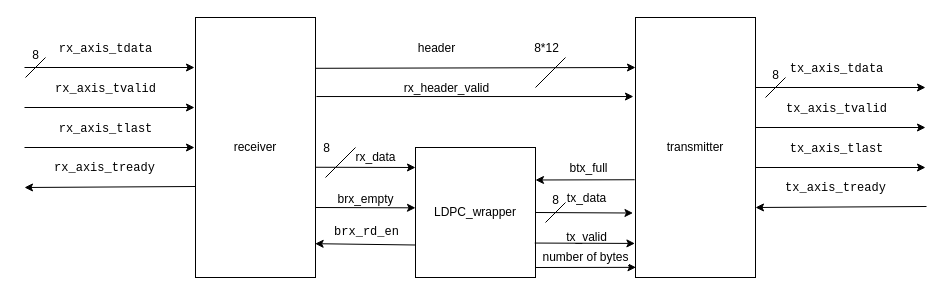
Earlier version of the draw.io diagram page "Page-7" (4 of 9) of docx/packet_gen.drawio (MuhammadBoota09299/tri_mode_ethernet_mac_0_axi_pat_gen). Source tidied: cells renumbered, new cells numbered last; positions are measured from the earlier drawing's top-left corner, leaving out a move shared by most shapes. Both pictures are drawn from the tidied source at 100%, with x=0, y=0 at pixel (24, 17).
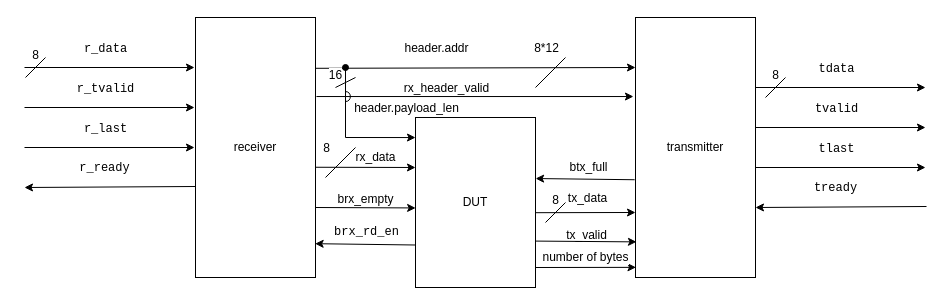
The same diagram, later.

Unchanged cells that the change refers to:
```xml
<mxCell id="4" value="transmitter" style="rounded=0;whiteSpace=wrap;html=1;fontSize=12;" parent="1" vertex="1">
  <mxGeometry x="611" width="120" height="260" as="geometry" />
</mxCell>
<mxCell id="23" style="endArrow=classic;html=1;rounded=0;fontSize=12;" parent="1" edge="1">
  <mxGeometry relative="1" as="geometry">
    <mxPoint y="50" as="sourcePoint" />
    <mxPoint x="170" y="50" as="targetPoint" />
  </mxGeometry>
</mxCell>
<mxCell id="25" style="endArrow=classic;html=1;rounded=0;fontSize=12;" parent="1" edge="1">
  <mxGeometry relative="1" as="geometry">
    <mxPoint y="90" as="sourcePoint" />
    <mxPoint x="170" y="90" as="targetPoint" />
  </mxGeometry>
</mxCell>
<mxCell id="27" style="endArrow=classic;html=1;rounded=0;fontSize=12;" parent="1" edge="1">
  <mxGeometry relative="1" as="geometry">
    <mxPoint y="130" as="sourcePoint" />
    <mxPoint x="170" y="130" as="targetPoint" />
  </mxGeometry>
</mxCell>
<mxCell id="29" style="endArrow=classic;html=1;rounded=0;exitX=0.008;exitY=0.65;exitDx=0;exitDy=0;exitPerimeter=0;fontSize=12;" parent="1" edge="1">
  <mxGeometry relative="1" as="geometry">
    <mxPoint x="171" y="169" as="sourcePoint" />
    <mxPoint y="170" as="targetPoint" />
  </mxGeometry>
</mxCell>
<mxCell id="31" style="endArrow=classic;html=1;rounded=0;exitX=1.002;exitY=0.347;exitDx=0;exitDy=0;exitPerimeter=0;entryX=0;entryY=0.344;entryDx=0;entryDy=0;entryPerimeter=0;fontSize=12;" parent="1" edge="1">
  <mxGeometry relative="1" as="geometry">
    <mxPoint x="291.2" y="50.8" as="sourcePoint" />
    <mxPoint x="611" y="50" as="targetPoint" />
  </mxGeometry>
</mxCell>
<mxCell id="33" style="endArrow=classic;html=1;rounded=0;fontSize=12;" parent="1" edge="1">
  <mxGeometry relative="1" as="geometry">
    <mxPoint x="731" y="70" as="sourcePoint" />
    <mxPoint x="901" y="70" as="targetPoint" />
  </mxGeometry>
</mxCell>
<mxCell id="35" style="endArrow=classic;html=1;rounded=0;fontSize=12;" parent="1" edge="1">
  <mxGeometry relative="1" as="geometry">
    <mxPoint x="731" y="110" as="sourcePoint" />
    <mxPoint x="901" y="110" as="targetPoint" />
  </mxGeometry>
</mxCell>
<mxCell id="37" style="endArrow=classic;html=1;rounded=0;fontSize=12;" parent="1" edge="1">
  <mxGeometry relative="1" as="geometry">
    <mxPoint x="731" y="150" as="sourcePoint" />
    <mxPoint x="901" y="150" as="targetPoint" />
  </mxGeometry>
</mxCell>
<mxCell id="39" style="endArrow=classic;html=1;rounded=0;exitX=0.008;exitY=0.65;exitDx=0;exitDy=0;exitPerimeter=0;fontSize=12;" parent="1" edge="1">
  <mxGeometry relative="1" as="geometry">
    <mxPoint x="902" y="189" as="sourcePoint" />
    <mxPoint x="731" y="190" as="targetPoint" />
  </mxGeometry>
</mxCell>
```

What changed in the source:
```diff
@@
-    <mxCell id="3" value="LDPC_wrapper" style="rounded=0;whiteSpace=wrap;html=1;fontSize=12;" parent="1" vertex="1">
-      <mxGeometry x="391" y="130" width="120" height="130" as="geometry" />
+    <mxCell id="3" value="DUT" style="rounded=0;whiteSpace=wrap;html=1;fontSize=12;" parent="1" vertex="1">
+      <mxGeometry x="391" y="100" width="120" height="170" as="geometry" />
     </mxCell>
@@
-    <mxCell id="9" style="endArrow=classic;html=1;rounded=0;entryX=0;entryY=0.464;entryDx=0;entryDy=0;entryPerimeter=0;fontSize=12;" parent="1" edge="1" target="3">
+    <mxCell id="9" style="endArrow=classic;html=1;rounded=0;entryX=0.001;entryY=0.532;entryDx=0;entryDy=0;fontSize=12;entryPerimeter=0;" parent="1" edge="1" target="3">
       <mxGeometry relative="1" as="geometry">
         <mxPoint x="291" y="190" as="sourcePoint" />
       </mxGeometry>
     </mxCell>
@@
-    <mxCell id="15" style="endArrow=classic;html=1;rounded=0;exitX=0.994;exitY=0.735;exitDx=0;exitDy=0;entryX=-0.005;entryY=0.869;entryDx=0;entryDy=0;entryPerimeter=0;exitPerimeter=0;fontSize=12;" parent="1" edge="1" source="3" target="4">
+    <mxCell id="15" style="endArrow=classic;html=1;rounded=0;exitX=1;exitY=0.727;exitDx=0;exitDy=0;entryX=0.008;entryY=0.863;entryDx=0;entryDy=0;entryPerimeter=0;exitPerimeter=0;fontSize=12;" parent="1" edge="1" source="3" target="4">
       <mxGeometry relative="1" as="geometry" />
     </mxCell>
@@
-    <mxCell id="17" style="endArrow=classic;html=1;rounded=0;entryX=-0.021;entryY=0.752;entryDx=0;entryDy=0;entryPerimeter=0;exitX=1;exitY=0.5;exitDx=0;exitDy=0;fontSize=12;" parent="1" edge="1" source="3" target="4">
+    <mxCell id="17" style="endArrow=classic;html=1;rounded=0;entryX=0;entryY=0.75;entryDx=0;entryDy=0;exitX=1.001;exitY=0.56;exitDx=0;exitDy=0;fontSize=12;exitPerimeter=0;" parent="1" edge="1" source="3" target="4">
       <mxGeometry relative="1" as="geometry" />
     </mxCell>
@@
-    <mxCell id="21" style="endArrow=classic;html=1;rounded=0;entryX=1;entryY=0.25;entryDx=0;entryDy=0;exitX=-0.007;exitY=0.624;exitDx=0;exitDy=0;exitPerimeter=0;fontSize=12;" parent="1" edge="1" source="4" target="3">
+    <mxCell id="21" style="endArrow=classic;html=1;rounded=0;entryX=1.001;entryY=0.359;entryDx=0;entryDy=0;exitX=-0.007;exitY=0.624;exitDx=0;exitDy=0;exitPerimeter=0;fontSize=12;entryPerimeter=0;" parent="1" edge="1" source="4" target="3">
       <mxGeometry relative="1" as="geometry" />
     </mxCell>
@@
-    <mxCell id="24" value="&lt;span style=&quot;font-family: Consolas, &amp;quot;Courier New&amp;quot;, monospace; white-space-collapse: preserve;&quot;&gt;rx_axis_tdata&lt;/span&gt;" style="edgeLabel;html=1;align=center;verticalAlign=middle;fontSize=12;" parent="23" vertex="1">
+    <mxCell id="24" value="&lt;span style=&quot;font-family: Consolas, &amp;quot;Courier New&amp;quot;, monospace; white-space-collapse: preserve;&quot;&gt;r_data&lt;/span&gt;" style="edgeLabel;html=1;align=center;verticalAlign=middle;fontSize=12;" parent="23" vertex="1">
       <mxGeometry x="0.12" y="3" relative="1" as="geometry">
         <mxPoint x="-15" y="-17" as="offset" />
       </mxGeometry>
     </mxCell>
@@
-    <mxCell id="26" value="&lt;span style=&quot;font-family: Consolas, &amp;quot;Courier New&amp;quot;, monospace; white-space-collapse: preserve;&quot;&gt;rx_axis_tvalid&lt;/span&gt;" style="edgeLabel;html=1;align=center;verticalAlign=middle;fontSize=12;" parent="25" vertex="1">
+    <mxCell id="26" value="&lt;span style=&quot;font-family: Consolas, &amp;quot;Courier New&amp;quot;, monospace; white-space-collapse: preserve;&quot;&gt;r_tvalid&lt;/span&gt;" style="edgeLabel;html=1;align=center;verticalAlign=middle;fontSize=12;" parent="25" vertex="1">
       <mxGeometry x="0.12" y="3" relative="1" as="geometry">
         <mxPoint x="-15" y="-17" as="offset" />
       </mxGeometry>
     </mxCell>
@@
-    <mxCell id="28" value="&lt;span style=&quot;font-family: Consolas, &amp;quot;Courier New&amp;quot;, monospace; white-space-collapse: preserve;&quot;&gt;rx_axis_tlast&lt;/span&gt;" style="edgeLabel;html=1;align=center;verticalAlign=middle;fontSize=12;" parent="27" vertex="1">
+    <mxCell id="28" value="&lt;span style=&quot;font-family: Consolas, &amp;quot;Courier New&amp;quot;, monospace; white-space-collapse: preserve;&quot;&gt;r_last&lt;/span&gt;" style="edgeLabel;html=1;align=center;verticalAlign=middle;fontSize=12;" parent="27" vertex="1">
       <mxGeometry x="0.12" y="3" relative="1" as="geometry">
         <mxPoint x="-15" y="-17" as="offset" />
       </mxGeometry>
     </mxCell>
@@
-    <mxCell id="30" value="&lt;span style=&quot;font-family: Consolas, &amp;quot;Courier New&amp;quot;, monospace; white-space-collapse: preserve;&quot;&gt;rx_axis_tready&lt;/span&gt;" style="edgeLabel;html=1;align=center;verticalAlign=middle;fontSize=12;" parent="29" vertex="1">
+    <mxCell id="30" value="&lt;span style=&quot;font-family: Consolas, &amp;quot;Courier New&amp;quot;, monospace; white-space-collapse: preserve;&quot;&gt;r_ready&lt;/span&gt;" style="edgeLabel;html=1;align=center;verticalAlign=middle;fontSize=12;" parent="29" vertex="1">
       <mxGeometry x="0.25" y="-1" relative="1" as="geometry">
         <mxPoint x="16" y="-19" as="offset" />
       </mxGeometry>
     </mxCell>
@@
-    <mxCell id="32" value="&lt;span&gt;header&lt;/span&gt;" style="edgeLabel;html=1;align=center;verticalAlign=middle;fontSize=12;" parent="31" vertex="1">
+    <mxCell id="32" value="&lt;span&gt;header.addr&lt;/span&gt;" style="edgeLabel;html=1;align=center;verticalAlign=middle;fontSize=12;" parent="31" vertex="1">
       <mxGeometry x="-0.16" y="1" relative="1" as="geometry">
         <mxPoint x="-14" y="-19" as="offset" />
       </mxGeometry>
     </mxCell>
@@
-    <mxCell id="34" value="&lt;span style=&quot;font-family: Consolas, &amp;quot;Courier New&amp;quot;, monospace; white-space-collapse: preserve;&quot;&gt;tx_axis_tdata&lt;/span&gt;" style="edgeLabel;html=1;align=center;verticalAlign=middle;fontSize=12;" parent="33" vertex="1">
+    <mxCell id="34" value="&lt;span style=&quot;font-family: Consolas, &amp;quot;Courier New&amp;quot;, monospace; white-space-collapse: preserve;&quot;&gt;tdata&lt;/span&gt;" style="edgeLabel;html=1;align=center;verticalAlign=middle;fontSize=12;" parent="33" vertex="1">
       <mxGeometry x="0.12" y="3" relative="1" as="geometry">
         <mxPoint x="-15" y="-17" as="offset" />
       </mxGeometry>
     </mxCell>
@@
-    <mxCell id="36" value="&lt;span style=&quot;font-family: Consolas, &amp;quot;Courier New&amp;quot;, monospace; white-space-collapse: preserve;&quot;&gt;tx_axis_tvalid&lt;/span&gt;" style="edgeLabel;html=1;align=center;verticalAlign=middle;fontSize=12;" parent="35" vertex="1">
+    <mxCell id="36" value="&lt;span style=&quot;font-family: Consolas, &amp;quot;Courier New&amp;quot;, monospace; white-space-collapse: preserve;&quot;&gt;tvalid&lt;/span&gt;" style="edgeLabel;html=1;align=center;verticalAlign=middle;fontSize=12;" parent="35" vertex="1">
       <mxGeometry x="0.12" y="3" relative="1" as="geometry">
         <mxPoint x="-15" y="-17" as="offset" />
       </mxGeometry>
     </mxCell>
@@
-    <mxCell id="38" value="&lt;span style=&quot;font-family: Consolas, &amp;quot;Courier New&amp;quot;, monospace; white-space-collapse: preserve;&quot;&gt;tx_axis_tlast&lt;/span&gt;" style="edgeLabel;html=1;align=center;verticalAlign=middle;fontSize=12;" parent="37" vertex="1">
+    <mxCell id="38" value="&lt;span style=&quot;font-family: Consolas, &amp;quot;Courier New&amp;quot;, monospace; white-space-collapse: preserve;&quot;&gt;tlast&lt;/span&gt;" style="edgeLabel;html=1;align=center;verticalAlign=middle;fontSize=12;" parent="37" vertex="1">
       <mxGeometry x="0.12" y="3" relative="1" as="geometry">
         <mxPoint x="-15" y="-17" as="offset" />
       </mxGeometry>
     </mxCell>
@@
-    <mxCell id="40" value="&lt;span style=&quot;font-family: Consolas, &amp;quot;Courier New&amp;quot;, monospace; white-space-collapse: preserve;&quot;&gt;tx_axis_tready&lt;/span&gt;" style="edgeLabel;html=1;align=center;verticalAlign=middle;fontSize=12;" parent="39" vertex="1">
+    <mxCell id="40" value="&lt;span style=&quot;font-family: Consolas, &amp;quot;Courier New&amp;quot;, monospace; white-space-collapse: preserve;&quot;&gt;tready&lt;/span&gt;" style="edgeLabel;html=1;align=center;verticalAlign=middle;fontSize=12;" parent="39" vertex="1">
       <mxGeometry x="0.25" y="-1" relative="1" as="geometry">
         <mxPoint x="16" y="-19" as="offset" />
       </mxGeometry>
     </mxCell>
@@
+    <mxCell id="49" style="endArrow=classic;html=1;rounded=0;entryX=0;entryY=0.118;entryDx=0;entryDy=0;entryPerimeter=0;startArrow=oval;startFill=1;jumpStyle=arc;jumpSize=10;" parent="1" edge="1" target="3">
+      <mxGeometry relative="1" as="geometry">
+        <mxPoint x="321" y="50" as="sourcePoint" />
+        <Array as="points">
+          <mxPoint x="321" y="120" />
+        </Array>
+      </mxGeometry>
+    </mxCell>
+    <mxCell id="50" value="&lt;span style=&quot;font-size: 12px;&quot;&gt;header.payload_len&lt;/span&gt;" style="edgeLabel;html=1;align=center;verticalAlign=middle;" parent="49" vertex="1">
+      <mxGeometry x="0.32" y="1" relative="1" as="geometry">
+        <mxPoint x="38" y="-29" as="offset" />
+      </mxGeometry>
+    </mxCell>
+    <mxCell id="51" style="endArrow=none;html=1;rounded=0;fontSize=12;" parent="1" edge="1">
+      <mxGeometry relative="1" as="geometry">
+        <mxPoint x="311" y="70" as="sourcePoint" />
+        <mxPoint x="331" y="60" as="targetPoint" />
+      </mxGeometry>
+    </mxCell>
+    <mxCell id="52" value="16" style="edgeLabel;html=1;align=center;verticalAlign=middle;fontSize=12;" parent="51" vertex="1">
+      <mxGeometry x="0.5" y="-1" relative="1" as="geometry">
+        <mxPoint x="-16" y="-6" as="offset" />
+      </mxGeometry>
+    </mxCell>
```
